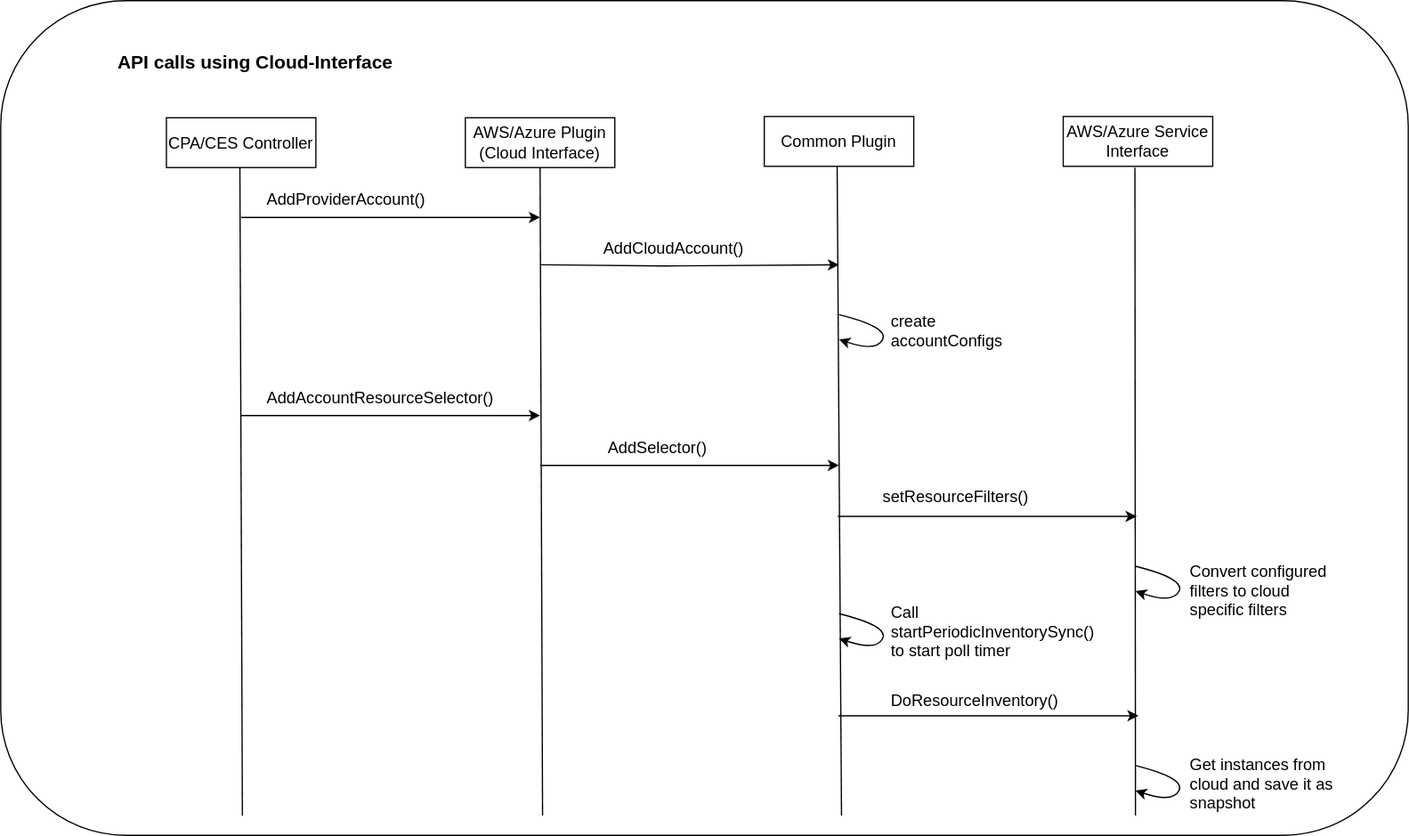
reachjainrahul/testrepo keeps this draw.io diagram as docs/assets/cloud-interface-apis.svg. Above is the earlier version. Source tidied: cells renumbered, new cells last; positions are measured from the earlier drawing's top-left corner, leaving out a move shared by most shapes.
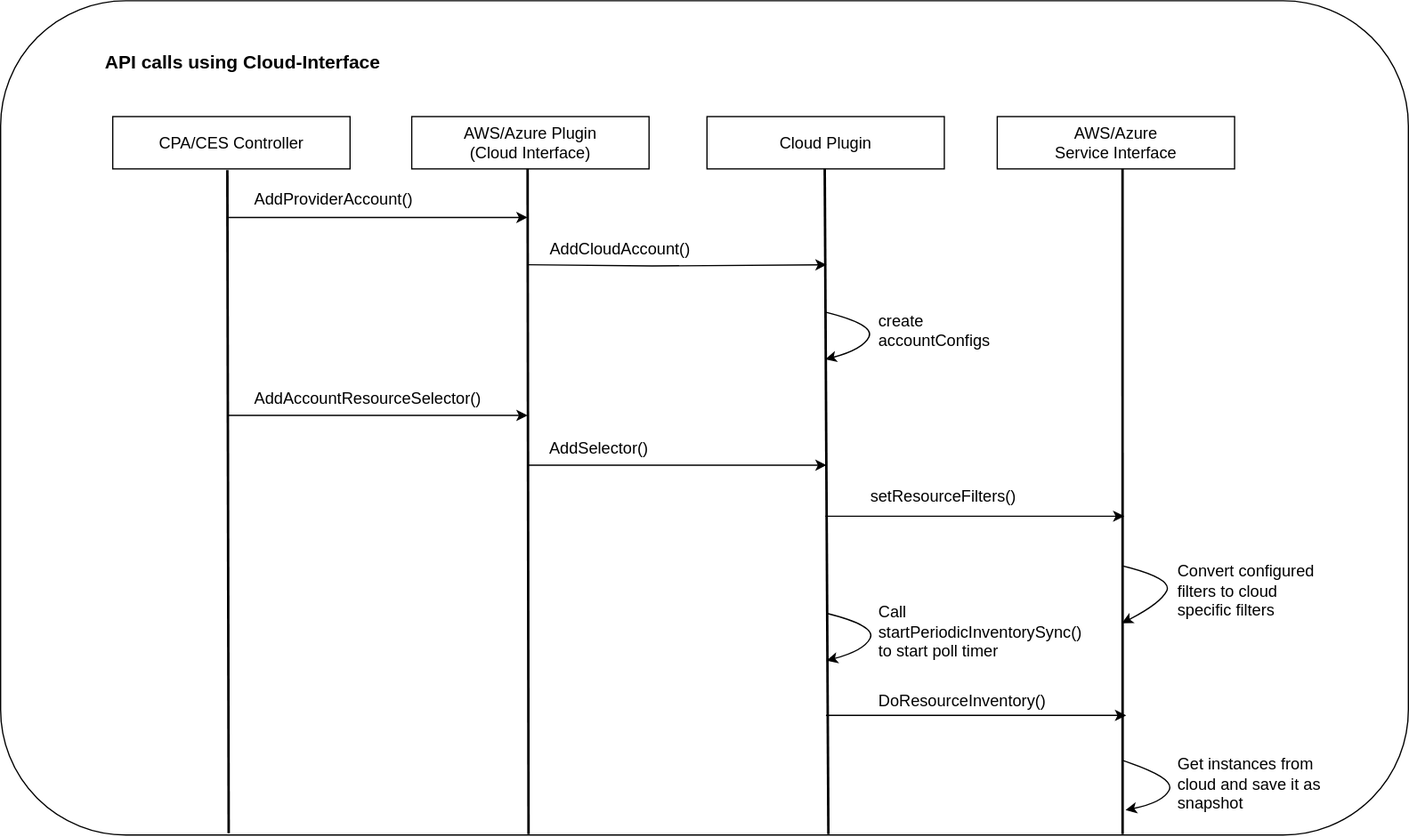
Later version of the same file.

Change to the diagram source:
```diff
@@ -2,156 +2,155 @@
   <root>
     <mxCell id="0" />
     <mxCell id="1" parent="0" />
+    <mxCell id="32" style="group;" parent="1" vertex="1">
+      <mxGeometry x="130" y="50" width="1130" height="670" as="geometry" />
+    </mxCell>
-    <mxCell id="2" style="rounded=1;whiteSpace=wrap;html=1;" parent="1" vertex="1">
+    <mxCell id="2" style="rounded=1;whiteSpace=wrap;html=1;" parent="32" vertex="1">
       <mxGeometry width="1130" height="670" as="geometry" />
     </mxCell>
-    <mxCell id="3" value="CPA/CES Controller" style="rounded=0;whiteSpace=wrap;html=1;fontSize=13;" parent="1" vertex="1">
-      <mxGeometry x="133" y="94" width="120" height="40" as="geometry" />
+    <mxCell id="3" value="CPA/CES Controller" style="rounded=0;whiteSpace=wrap;html=1;fontSize=13;" parent="32" vertex="1">
+      <mxGeometry x="90" y="93" width="190.5" height="42" as="geometry" />
     </mxCell>
-    <mxCell id="4" value="AWS/Azure Plugin&lt;br style=&quot;font-size: 13px;&quot;&gt;(Cloud Interface)" style="rounded=0;whiteSpace=wrap;html=1;fontSize=13;" parent="1" vertex="1">
-      <mxGeometry x="373" y="94" width="120" height="40" as="geometry" />
-    </mxCell>
-    <mxCell id="5" style="endArrow=none;html=1;rounded=0;" parent="1" edge="1">
+    <mxCell id="5" style="endArrow=none;html=1;rounded=0;strokeWidth=2;exitX=0.162;exitY=0.998;exitDx=0;exitDy=0;exitPerimeter=0;" parent="32" edge="1" source="2">
       <mxGeometry relative="1" as="geometry">
-        <mxPoint x="194" y="654" as="sourcePoint" />
-        <mxPoint x="192" y="134" as="targetPoint" />
+        <mxPoint x="182" y="136" as="targetPoint" />
       </mxGeometry>
     </mxCell>
-    <mxCell id="6" style="endArrow=none;html=1;rounded=0;" parent="1" edge="1">
+    <mxCell id="6" style="endArrow=none;html=1;rounded=0;strokeWidth=2;exitX=0.375;exitY=0.999;exitDx=0;exitDy=0;exitPerimeter=0;" parent="32" edge="1" source="2">
       <mxGeometry relative="1" as="geometry">
-        <mxPoint x="435" y="654" as="sourcePoint" />
-        <mxPoint x="433" y="134" as="targetPoint" />
+        <mxPoint x="423" y="134" as="targetPoint" />
       </mxGeometry>
     </mxCell>
-    <mxCell id="7" style="endArrow=classic;html=1;rounded=0;" parent="1" edge="1">
+    <mxCell id="7" style="endArrow=classic;html=1;rounded=0;" parent="32" edge="1">
       <mxGeometry relative="1" as="geometry">
-        <mxPoint x="193" y="174" as="sourcePoint" />
-        <mxPoint x="433" y="174" as="targetPoint" />
+        <mxPoint x="183" y="174" as="sourcePoint" />
+        <mxPoint x="423" y="174" as="targetPoint" />
       </mxGeometry>
     </mxCell>
-    <mxCell id="8" value="&lt;b style=&quot;font-size: 15px;&quot;&gt;&lt;font style=&quot;font-size: 15px;&quot;&gt;&amp;nbsp; &amp;nbsp; &amp;nbsp; &amp;nbsp;API calls using Cloud-Interface&lt;/font&gt;&lt;/b&gt;" style="text;html=1;align=left;verticalAlign=middle;strokeColor=none;fillColor=none;fontSize=15;" parent="1" vertex="1">
-      <mxGeometry x="63" y="34" width="270" height="30" as="geometry" />
+    <mxCell id="8" value="&lt;b style=&quot;font-size: 15px;&quot;&gt;&lt;font style=&quot;font-size: 15px;&quot;&gt;&amp;nbsp; &amp;nbsp; &amp;nbsp; &amp;nbsp;API calls using Cloud-Interface&lt;/font&gt;&lt;/b&gt;" style="text;html=1;align=left;verticalAlign=middle;strokeColor=none;fillColor=none;fontSize=15;" parent="32" vertex="1">
+      <mxGeometry x="53" y="34" width="270" height="30" as="geometry" />
     </mxCell>
-    <mxCell id="9" value="Common Plugin" style="rounded=0;whiteSpace=wrap;html=1;fontSize=13;" parent="1" vertex="1">
-      <mxGeometry x="613" y="93" width="120" height="40" as="geometry" />
-    </mxCell>
-    <mxCell id="10" style="endArrow=none;html=1;rounded=0;" parent="1" edge="1">
+    <mxCell id="10" style="endArrow=none;html=1;rounded=0;strokeWidth=2;exitX=0.588;exitY=0.999;exitDx=0;exitDy=0;exitPerimeter=0;" parent="32" edge="1" source="2">
       <mxGeometry relative="1" as="geometry">
-        <mxPoint x="675" y="654" as="sourcePoint" />
-        <mxPoint x="671.5" y="133" as="targetPoint" />
+        <mxPoint x="661.5" y="133" as="targetPoint" />
       </mxGeometry>
     </mxCell>
-    <mxCell id="11" value="&lt;font style=&quot;font-size: 13px;&quot;&gt;AddProviderAccount()&lt;/font&gt;" style="text;html=1;align=left;verticalAlign=middle;strokeColor=none;fillColor=none;fontSize=13;" parent="1" vertex="1">
-      <mxGeometry x="212" y="144" width="150" height="30" as="geometry" />
+    <mxCell id="11" value="&lt;font style=&quot;font-size: 13px;&quot;&gt;AddProviderAccount()&lt;/font&gt;" style="text;html=1;align=left;verticalAlign=middle;strokeColor=none;fillColor=none;fontSize=13;" parent="32" vertex="1">
+      <mxGeometry x="202" y="144" width="150" height="30" as="geometry" />
     </mxCell>
-    <mxCell id="12" style="endArrow=classic;html=1;rounded=0;" parent="1" edge="1">
+    <mxCell id="12" style="endArrow=classic;html=1;rounded=0;" parent="32" edge="1">
       <mxGeometry relative="1" as="geometry">
-        <mxPoint x="193" y="333" as="sourcePoint" />
-        <mxPoint x="433" y="333" as="targetPoint" />
+        <mxPoint x="183" y="333" as="sourcePoint" />
+        <mxPoint x="423" y="333" as="targetPoint" />
       </mxGeometry>
     </mxCell>
-    <mxCell id="13" value="&lt;font style=&quot;font-size: 13px;&quot;&gt;AddAccountResourceSelector()&lt;/font&gt;" style="text;html=1;align=left;verticalAlign=middle;strokeColor=none;fillColor=none;fontSize=13;" parent="1" vertex="1">
-      <mxGeometry x="212" y="304" width="210" height="30" as="geometry" />
+    <mxCell id="13" value="&lt;font style=&quot;font-size: 13px;&quot;&gt;AddAccountResourceSelector()&lt;/font&gt;" style="text;html=1;align=left;verticalAlign=middle;strokeColor=none;fillColor=none;fontSize=13;" parent="32" vertex="1">
+      <mxGeometry x="202" y="304" width="210" height="30" as="geometry" />
     </mxCell>
-    <mxCell id="14" style="endArrow=classic;html=1;rounded=0;" parent="1" edge="1">
+    <mxCell id="14" style="endArrow=classic;html=1;rounded=0;" parent="32" edge="1">
       <mxGeometry relative="1" as="geometry">
-        <mxPoint x="433" y="373" as="sourcePoint" />
-        <mxPoint x="673" y="373" as="targetPoint" />
+        <mxPoint x="423" y="373" as="sourcePoint" />
+        <mxPoint x="663" y="373" as="targetPoint" />
       </mxGeometry>
     </mxCell>
-    <mxCell id="15" value="&lt;span style=&quot;font-size: 13px;&quot;&gt;AddSelector()&lt;/span&gt;" style="text;html=1;align=center;verticalAlign=middle;strokeColor=none;fillColor=none;fontSize=13;" parent="1" vertex="1">
-      <mxGeometry x="477" y="344" width="100" height="30" as="geometry" />
+    <mxCell id="15" value="&lt;span style=&quot;font-size: 13px;&quot;&gt;AddSelector()&lt;/span&gt;" style="text;html=1;align=center;verticalAlign=middle;strokeColor=none;fillColor=none;fontSize=13;" parent="32" vertex="1">
+      <mxGeometry x="430" y="344" width="100" height="30" as="geometry" />
     </mxCell>
-    <mxCell id="16" value="&lt;font style=&quot;font-size: 13px;&quot;&gt;AWS/Azure Service Interface&lt;/font&gt;" style="rounded=0;whiteSpace=wrap;html=1;fontSize=13;" parent="1" vertex="1">
-      <mxGeometry x="853" y="93" width="120" height="40" as="geometry" />
-    </mxCell>
-    <mxCell id="17" style="endArrow=none;html=1;rounded=0;fontSize=11;entryX=0.413;entryY=1.075;entryDx=0;entryDy=0;entryPerimeter=0;" parent="1" edge="1">
+    <mxCell id="17" style="endArrow=none;html=1;rounded=0;fontSize=11;entryX=0.413;entryY=1.075;entryDx=0;entryDy=0;entryPerimeter=0;strokeWidth=2;exitX=0.797;exitY=0.999;exitDx=0;exitDy=0;exitPerimeter=0;" parent="32" edge="1" source="2">
       <mxGeometry relative="1" as="geometry">
-        <mxPoint x="911" y="654" as="sourcePoint" />
-        <mxPoint x="910.6" y="134" as="targetPoint" />
+        <mxPoint x="900.6" y="134" as="targetPoint" />
       </mxGeometry>
     </mxCell>
-    <mxCell id="18" style="curved=1;endArrow=classic;html=1;rounded=0;" parent="1" edge="1">
+    <mxCell id="18" style="curved=1;endArrow=classic;html=1;rounded=0;" parent="32" edge="1">
       <mxGeometry relative="1" as="geometry">
-        <mxPoint x="673" y="252" as="sourcePoint" />
-        <mxPoint x="673" y="272" as="targetPoint" />
+        <mxPoint x="662" y="250" as="sourcePoint" />
+        <mxPoint x="662" y="288" as="targetPoint" />
         <Array as="points">
-          <mxPoint x="713" y="262" />
-          <mxPoint x="703" y="282" />
+          <mxPoint x="702" y="260" />
+          <mxPoint x="692" y="280" />
         </Array>
       </mxGeometry>
     </mxCell>
-    <mxCell id="19" value="&lt;span style=&quot;font-size: 13px;&quot;&gt;&lt;font style=&quot;font-size: 13px;&quot;&gt;create accountConfigs&lt;/font&gt;&lt;/span&gt;" style="text;html=1;strokeColor=none;fillColor=none;align=left;verticalAlign=middle;whiteSpace=wrap;rounded=0;fontSize=13;" parent="1" vertex="1">
-      <mxGeometry x="713" y="250" width="97" height="30" as="geometry" />
+    <mxCell id="19" value="&lt;span style=&quot;font-size: 13px;&quot;&gt;&lt;font style=&quot;font-size: 13px;&quot;&gt;create accountConfigs&lt;/font&gt;&lt;/span&gt;" style="text;html=1;strokeColor=none;fillColor=none;align=left;verticalAlign=middle;whiteSpace=wrap;rounded=0;fontSize=13;" parent="32" vertex="1">
+      <mxGeometry x="703" y="250" width="97" height="30" as="geometry" />
     </mxCell>
-    <mxCell id="20" style="curved=1;endArrow=classic;html=1;rounded=0;" parent="1" edge="1">
+    <mxCell id="20" style="curved=1;endArrow=classic;html=1;rounded=0;" parent="32" edge="1">
       <mxGeometry relative="1" as="geometry">
-        <mxPoint x="911" y="454" as="sourcePoint" />
-        <mxPoint x="911" y="474" as="targetPoint" />
+        <mxPoint x="901" y="454" as="sourcePoint" />
+        <mxPoint x="900" y="500" as="targetPoint" />
         <Array as="points">
-          <mxPoint x="951" y="464" />
-          <mxPoint x="941" y="484" />
+          <mxPoint x="941" y="464" />
+          <mxPoint x="931" y="484" />
         </Array>
       </mxGeometry>
     </mxCell>
-    <mxCell id="21" value="&lt;font style=&quot;font-size: 13px;&quot;&gt;Convert configured filters to cloud specific filters&lt;/font&gt;" style="text;html=1;strokeColor=none;fillColor=none;align=left;verticalAlign=middle;whiteSpace=wrap;rounded=0;fontSize=13;" parent="1" vertex="1">
-      <mxGeometry x="953" y="454" width="120" height="40" as="geometry" />
+    <mxCell id="21" value="&lt;font style=&quot;font-size: 13px;&quot;&gt;Convert configured filters to cloud specific filters&lt;/font&gt;" style="text;html=1;strokeColor=none;fillColor=none;align=left;verticalAlign=middle;whiteSpace=wrap;rounded=0;fontSize=13;" parent="32" vertex="1">
+      <mxGeometry x="943" y="454" width="120" height="40" as="geometry" />
     </mxCell>
-    <mxCell id="22" style="endArrow=classic;html=1;rounded=0;fontSize=11;" parent="1" edge="1">
+    <mxCell id="22" style="endArrow=classic;html=1;rounded=0;fontSize=11;" parent="32" edge="1">
       <mxGeometry relative="1" as="geometry">
-        <mxPoint x="672" y="414" as="sourcePoint" />
-        <mxPoint x="912" y="414" as="targetPoint" />
+        <mxPoint x="662" y="414" as="sourcePoint" />
+        <mxPoint x="902" y="414" as="targetPoint" />
       </mxGeometry>
     </mxCell>
-    <mxCell id="23" value="&lt;font style=&quot;font-size: 13px;&quot;&gt;setResourceFilters()&lt;/font&gt;" style="text;html=1;strokeColor=none;fillColor=none;align=center;verticalAlign=middle;whiteSpace=wrap;rounded=0;fontSize=13;" parent="1" vertex="1">
-      <mxGeometry x="712" y="383" width="110" height="30" as="geometry" />
+    <mxCell id="23" value="&lt;font style=&quot;font-size: 13px;&quot;&gt;setResourceFilters()&lt;/font&gt;" style="text;html=1;strokeColor=none;fillColor=none;align=center;verticalAlign=middle;whiteSpace=wrap;rounded=0;fontSize=13;" parent="32" vertex="1">
+      <mxGeometry x="702" y="383" width="110" height="30" as="geometry" />
     </mxCell>
-    <mxCell id="24" style="curved=1;endArrow=classic;html=1;rounded=0;" parent="1" edge="1">
+    <mxCell id="24" style="curved=1;endArrow=classic;html=1;rounded=0;" parent="32" edge="1">
       <mxGeometry relative="1" as="geometry">
-        <mxPoint x="673" y="492" as="sourcePoint" />
-        <mxPoint x="673" y="512" as="targetPoint" />
+        <mxPoint x="663" y="492" as="sourcePoint" />
+        <mxPoint x="663" y="530" as="targetPoint" />
         <Array as="points">
-          <mxPoint x="713" y="502" />
-          <mxPoint x="703" y="522" />
+          <mxPoint x="703" y="502" />
+          <mxPoint x="693" y="522" />
         </Array>
       </mxGeometry>
     </mxCell>
-    <mxCell id="25" value="&lt;font style=&quot;font-size: 13px;&quot;&gt;Call startPeriodicInventorySync() to start poll timer&lt;/font&gt;" style="text;html=1;strokeColor=none;fillColor=none;align=left;verticalAlign=middle;whiteSpace=wrap;rounded=0;fontSize=13;" parent="1" vertex="1">
-      <mxGeometry x="713" y="487" width="150" height="40" as="geometry" />
+    <mxCell id="25" value="&lt;font style=&quot;font-size: 13px;&quot;&gt;Call startPeriodicInventorySync() to start poll timer&lt;/font&gt;" style="text;html=1;strokeColor=none;fillColor=none;align=left;verticalAlign=middle;whiteSpace=wrap;rounded=0;fontSize=13;" parent="32" vertex="1">
+      <mxGeometry x="703" y="487" width="150" height="40" as="geometry" />
     </mxCell>
-    <mxCell id="26" style="curved=1;endArrow=classic;html=1;rounded=0;" parent="1" edge="1">
+    <mxCell id="26" style="curved=1;endArrow=classic;html=1;rounded=0;" parent="32" edge="1">
       <mxGeometry relative="1" as="geometry">
-        <mxPoint x="911" y="614" as="sourcePoint" />
-        <mxPoint x="911" y="634" as="targetPoint" />
+        <mxPoint x="900" y="610" as="sourcePoint" />
+        <mxPoint x="903" y="650" as="targetPoint" />
         <Array as="points">
-          <mxPoint x="951" y="624" />
-          <mxPoint x="941" y="644" />
+          <mxPoint x="943" y="624" />
+          <mxPoint x="933" y="644" />
         </Array>
       </mxGeometry>
     </mxCell>
-    <mxCell id="27" style="endArrow=classic;html=1;rounded=0;" parent="1" edge="1">
+    <mxCell id="27" style="endArrow=classic;html=1;rounded=0;" parent="32" edge="1">
       <mxGeometry relative="1" as="geometry">
-        <mxPoint x="672.5" y="574" as="sourcePoint" />
-        <mxPoint x="913.5" y="574" as="targetPoint" />
+        <mxPoint x="662.5" y="574" as="sourcePoint" />
+        <mxPoint x="903.5" y="574" as="targetPoint" />
       </mxGeometry>
     </mxCell>
-    <mxCell id="28" value="&lt;font style=&quot;font-size: 13px;&quot;&gt;DoResourceInventory()&lt;/font&gt;" style="text;html=1;strokeColor=none;fillColor=none;align=left;verticalAlign=middle;whiteSpace=wrap;rounded=0;fontColor=#000000;fontSize=13;" parent="1" vertex="1">
-      <mxGeometry x="713" y="547" width="160" height="30" as="geometry" />
+    <mxCell id="28" value="&lt;font style=&quot;font-size: 13px;&quot;&gt;DoResourceInventory()&lt;/font&gt;" style="text;html=1;strokeColor=none;fillColor=none;align=left;verticalAlign=middle;whiteSpace=wrap;rounded=0;fontColor=#000000;fontSize=13;" parent="32" vertex="1">
+      <mxGeometry x="703" y="547" width="160" height="30" as="geometry" />
     </mxCell>
-    <mxCell id="29" value="&lt;font style=&quot;font-size: 13px;&quot;&gt;Get instances from cloud and save it as snapshot&lt;/font&gt;" style="text;html=1;strokeColor=none;fillColor=none;align=left;verticalAlign=middle;whiteSpace=wrap;rounded=0;fontColor=#000000;fontSize=13;" parent="1" vertex="1">
-      <mxGeometry x="953" y="614" width="135" height="30" as="geometry" />
+    <mxCell id="29" value="&lt;font style=&quot;font-size: 13px;&quot;&gt;Get instances from cloud and save it as snapshot&lt;/font&gt;" style="text;html=1;strokeColor=none;fillColor=none;align=left;verticalAlign=middle;whiteSpace=wrap;rounded=0;fontColor=#000000;fontSize=13;" parent="32" vertex="1">
+      <mxGeometry x="943" y="614" width="135" height="30" as="geometry" />
     </mxCell>
-    <mxCell id="30" style="endArrow=classic;html=1;rounded=0;" parent="1" edge="1">
+    <mxCell id="30" style="endArrow=classic;html=1;rounded=0;" parent="32" edge="1">
       <mxGeometry relative="1" as="geometry">
-        <mxPoint x="433" y="212" as="sourcePoint" />
-        <mxPoint x="673" y="212" as="targetPoint" />
+        <mxPoint x="423" y="212" as="sourcePoint" />
+        <mxPoint x="663" y="212" as="targetPoint" />
         <Array as="points">
-          <mxPoint x="533" y="213" />
+          <mxPoint x="523" y="213" />
         </Array>
       </mxGeometry>
     </mxCell>
-    <mxCell id="31" value="&lt;font style=&quot;font-size: 13px;&quot;&gt;AddCloudAccount()&lt;/font&gt;" style="text;html=1;align=center;verticalAlign=middle;strokeColor=none;fillColor=none;fontSize=13;" parent="1" vertex="1">
-      <mxGeometry x="470" y="184" width="140" height="30" as="geometry" />
+    <mxCell id="31" value="&lt;font style=&quot;font-size: 13px;&quot;&gt;AddCloudAccount()&lt;/font&gt;" style="text;html=1;align=center;verticalAlign=middle;strokeColor=none;fillColor=none;fontSize=13;" parent="32" vertex="1">
+      <mxGeometry x="427" y="184" width="140" height="30" as="geometry" />
     </mxCell>
+    <mxCell id="4" value="AWS/Azure Plugin &lt;br&gt;(Cloud Interface)" style="rounded=0;whiteSpace=wrap;html=1;fontSize=13;" parent="32" vertex="1">
+      <mxGeometry x="330" y="93" width="190.5" height="42" as="geometry" />
+    </mxCell>
+    <mxCell id="33" value="Cloud Plugin" style="rounded=0;whiteSpace=wrap;html=1;fontSize=13;" parent="32" vertex="1">
+      <mxGeometry x="567" y="93" width="190.5" height="42" as="geometry" />
+    </mxCell>
+    <mxCell id="16" value="AWS/Azure &lt;br&gt;Service Interface" style="rounded=0;whiteSpace=wrap;html=1;fontSize=13;" parent="32" vertex="1">
+      <mxGeometry x="800" y="93" width="190.5" height="42" as="geometry" />
+    </mxCell>
   </root>
 </mxGraphModel>
```
